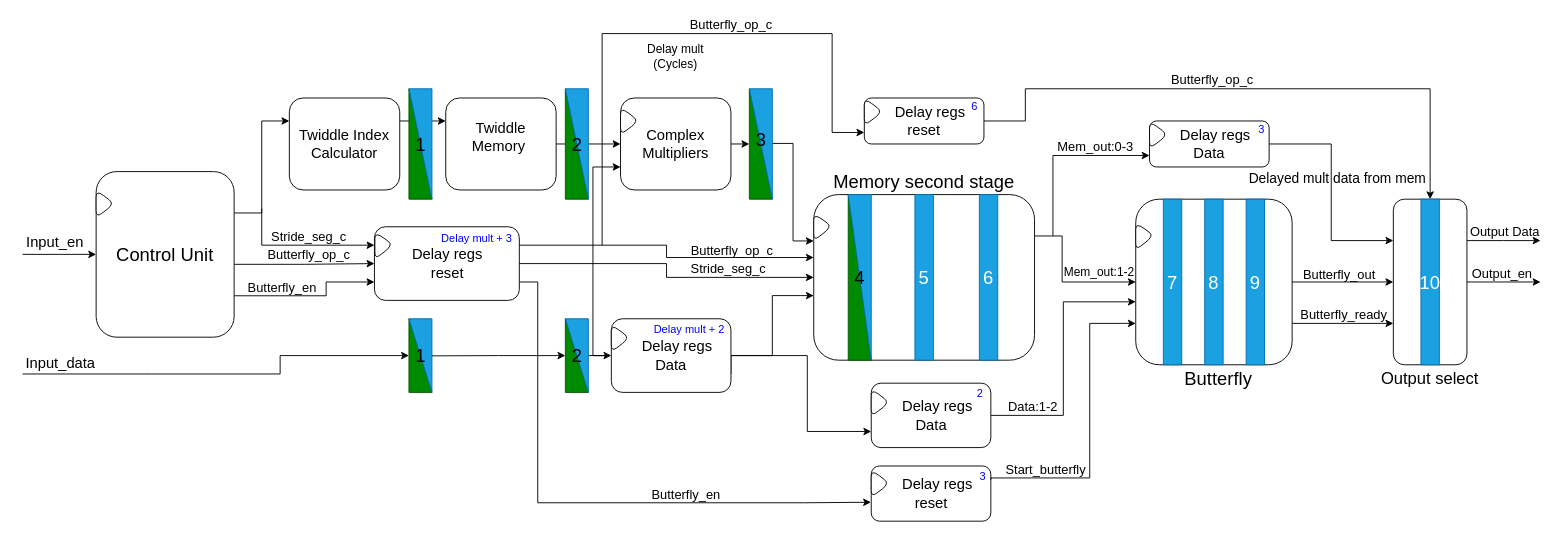
The draw.io diagram Plots_draw/Split_radix_draws/second_stage.drawio in Chzerdalis/FFT_hardware_accelarator, before the edit. Source tidied: cells renumbered, new cells numbered last; positions are measured from the earlier drawing's top-left corner, leaving out a move shared by most shapes. Both pictures are drawn from the tidied source at 92%, with x=0, y=0 at pixel (22, 23).
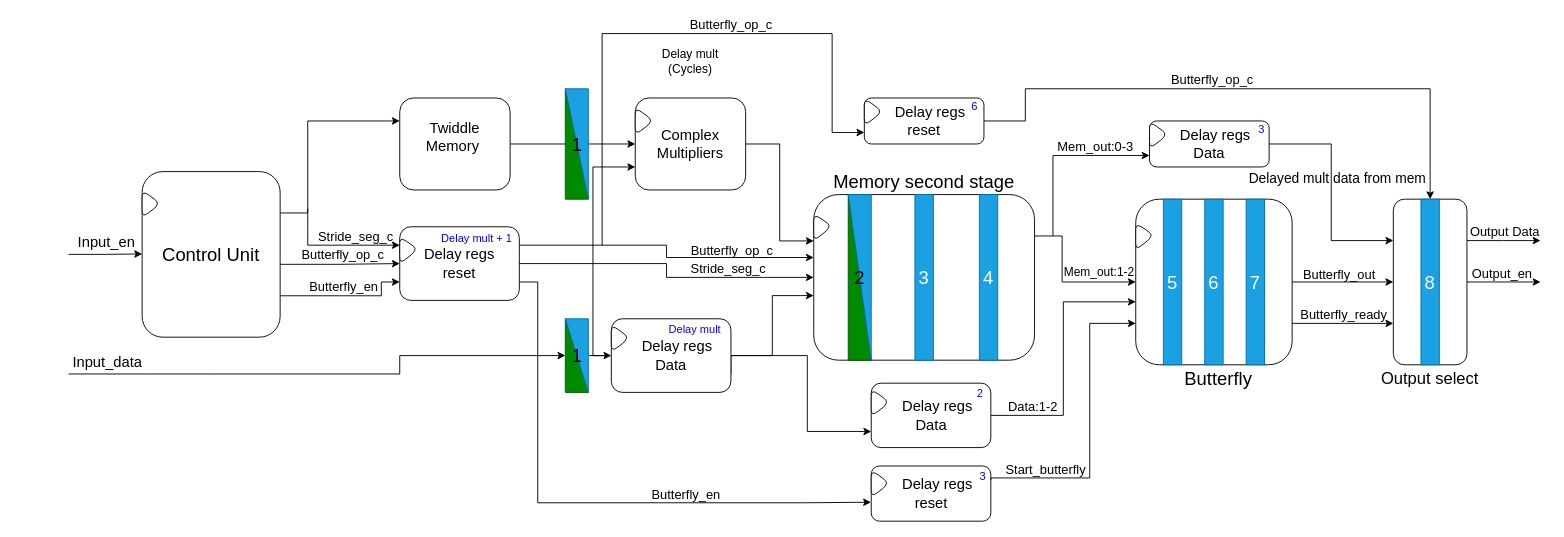
Above is the later version.

Unchanged cells that the change refers to:
```xml
<mxCell id="5" style="edgeStyle=orthogonalEdgeStyle;rounded=0;jettySize=auto;html=1;exitX=1;exitY=0.56;exitDx=0;exitDy=0;exitPerimeter=0;entryX=0;entryY=0.5;entryDx=0;entryDy=0;labelBackgroundColor=none;" parent="1" edge="1" source="9" target="49">
  <mxGeometry relative="1" as="geometry" />
</mxCell>
<mxCell id="20" style="group;" parent="1" vertex="1">
  <mxGeometry x="590" y="71" width="42.5" height="120" as="geometry" />
</mxCell>
<mxCell id="33" style="rounded=1;whiteSpace=wrap;html=1;points=[[0,0,0,0,0],[0,0.14,0,0,0],[0,0.28,0,0,0],[0,0.38,0,0,0],[0,0.5,0,0,0],[0,0.61,0,0,0],[0,0.71,0,0,0],[0,0.81,0,0,0],[0,1,0,0,0],[0.25,0,0,0,0],[0.25,1,0,0,0],[0.5,0,0,0,0],[0.5,1,0,0,0],[0.75,0,0,0,0],[0.75,1,0,0,0],[1,0,0,0,0],[1,0.25,0,0,0],[1,0.5,0,0,0],[1,0.75,0,0,0],[1,1,0,0,0]];labelBackgroundColor=none;" parent="1" vertex="1">
  <mxGeometry x="860" y="186" width="240" height="180" as="geometry" />
</mxCell>
<mxCell id="56" style="group;labelBackgroundColor=none;" parent="1" vertex="1">
  <mxGeometry x="590" y="321" width="42.5" height="80" as="geometry" />
</mxCell>
<mxCell id="57" style="verticalLabelPosition=bottom;verticalAlign=top;html=1;shape=mxgraph.basic.orthogonal_triangle;fillColor=#008a00;fontColor=#ffffff;strokeColor=#005700;points=[[0,0,0,0,0],[0,0.5,0,0,0],[0,1,0,0,0],[0.5,0.5,0,0,0],[1,1,0,0,0]];labelBackgroundColor=none;" parent="56" vertex="1">
  <mxGeometry width="25" height="80" as="geometry" />
</mxCell>
```

Diff of the diagram source:
```diff
@@
-    <mxCell id="2" style="edgeStyle=orthogonalEdgeStyle;rounded=0;jettySize=auto;html=1;exitX=0;exitY=0.5;exitDx=0;exitDy=0;exitPerimeter=0;startArrow=classic;startFill=1;endArrow=none;endFill=0;" parent="1" edge="1" source="9">
+    <mxCell id="2" style="edgeStyle=orthogonalEdgeStyle;rounded=0;orthogonalLoop=1;jettySize=auto;html=1;exitX=0;exitY=0.5;exitDx=0;exitDy=0;exitPerimeter=0;startArrow=classic;startFill=1;endArrow=none;endFill=0;" parent="1" edge="1">
       <mxGeometry relative="1" as="geometry">
-        <mxPoint y="251" as="targetPoint" />
+        <mxPoint x="130" y="250.5" as="sourcePoint" />
+        <mxPoint x="50" y="251" as="targetPoint" />
       </mxGeometry>
     </mxCell>
     <mxCell id="3" value="&lt;font style=&quot;font-size: 16px;&quot;&gt;Input_en&lt;/font&gt;" style="edgeLabel;html=1;align=center;verticalAlign=middle;labelBackgroundColor=none;" parent="2" vertex="1">
       <mxGeometry x="0.15" y="-1" relative="1" as="geometry">
-        <mxPoint y="-14" as="offset" />
+        <mxPoint x="6" y="-14" as="offset" />
       </mxGeometry>
     </mxCell>
-    <mxCell id="4" style="edgeStyle=orthogonalEdgeStyle;rounded=0;jettySize=auto;html=1;exitX=1;exitY=0.25;exitDx=0;exitDy=0;exitPerimeter=0;entryX=0;entryY=0.25;entryDx=0;entryDy=0;" parent="1" edge="1" source="9" target="13">
-      <mxGeometry relative="1" as="geometry" />
+    <mxCell id="4" style="edgeStyle=orthogonalEdgeStyle;rounded=0;jettySize=auto;html=1;exitX=1;exitY=0.25;exitDx=0;exitDy=0;exitPerimeter=0;entryX=0;entryY=0.25;entryDx=0;entryDy=0;" parent="1" edge="1" source="9" target="19">
+      <mxGeometry relative="1" as="geometry">
+        <Array as="points">
+          <mxPoint x="310" y="206" />
+          <mxPoint x="310" y="106" />
+        </Array>
+      </mxGeometry>
     </mxCell>
@@
     <mxCell id="6" value="&lt;font style=&quot;font-size: 14px;&quot;&gt;Butterfly_op_c&lt;/font&gt;" style="edgeLabel;html=1;align=center;verticalAlign=middle;labelBackgroundColor=none;" parent="5" vertex="1">
       <mxGeometry x="-0.2" relative="1" as="geometry">
-        <mxPoint x="19" y="-11" as="offset" />
+        <mxPoint x="15" y="-11" as="offset" />
       </mxGeometry>
     </mxCell>
-    <mxCell id="7" style="edgeStyle=orthogonalEdgeStyle;rounded=0;jettySize=auto;html=1;exitX=1;exitY=0.75;exitDx=0;exitDy=0;exitPerimeter=0;entryX=0;entryY=0.75;entryDx=0;entryDy=0;labelBackgroundColor=none;" parent="1" edge="1" source="9" target="49">
+    <mxCell id="7" style="edgeStyle=orthogonalEdgeStyle;rounded=0;jettySize=auto;html=1;exitX=1;exitY=0.75;exitDx=0;exitDy=0;exitPerimeter=0;entryX=0;entryY=0.75;entryDx=0;entryDy=0;labelBackgroundColor=none;" parent="1" edge="1" source="9">
       <mxGeometry relative="1" as="geometry">
+        <mxPoint x="410" y="281" as="targetPoint" />
         <Array as="points">
-          <mxPoint x="330" y="296" />
-          <mxPoint x="330" y="281" />
+          <mxPoint x="390" y="296" />
+          <mxPoint x="390" y="281" />
         </Array>
       </mxGeometry>
     </mxCell>
     <mxCell id="8" value="&lt;font style=&quot;font-size: 14px;&quot;&gt;Butterfly_en&lt;/font&gt;" style="edgeLabel;html=1;align=center;verticalAlign=middle;labelBackgroundColor=none;" parent="7" vertex="1">
       <mxGeometry x="-0.29" y="3" relative="1" as="geometry">
-        <mxPoint x="-8" y="-7" as="offset" />
+        <mxPoint x="17" y="-8" as="offset" />
       </mxGeometry>
     </mxCell>
     <mxCell id="9" value="&lt;font style=&quot;font-size: 20px;&quot;&gt;Control Unit&lt;/font&gt;" style="rounded=1;whiteSpace=wrap;html=1;points=[[0,0,0,0,0],[0,0.25,0,0,0],[0,0.5,0,0,0],[0,0.75,0,0,0],[0,1,0,0,0],[0.25,0,0,0,0],[0.25,1,0,0,0],[0.5,0,0,0,0],[0.5,1,0,0,0],[0.75,0,0,0,0],[0.75,1,0,0,0],[1,0,0,0,0],[1,0.25,0,0,0],[1,0.37,0,0,0],[1,0.56,0,0,0],[1,0.75,0,0,0],[1,1,0,0,0]];" parent="1" vertex="1">
-      <mxGeometry x="80" y="161" width="150" height="180" as="geometry" />
+      <mxGeometry x="130" y="161" width="150" height="180" as="geometry" />
     </mxCell>
     <mxCell id="10" style="triangle;whiteSpace=wrap;html=1;rounded=1;" parent="1" vertex="1">
-      <mxGeometry x="80" y="181" width="20" height="30" as="geometry" />
+      <mxGeometry x="130" y="181" width="20" height="30" as="geometry" />
     </mxCell>
     <mxCell id="11" value="&lt;font style=&quot;font-size: 16px;&quot;&gt;Input_data&lt;/font&gt;" style="edgeLabel;html=1;align=center;verticalAlign=middle;labelBackgroundColor=none;" parent="1" vertex="1">
-      <mxGeometry x="40" y="368" as="geometry" />
+      <mxGeometry x="91" y="367" as="geometry" />
     </mxCell>
-    <mxCell id="12" style="edgeStyle=orthogonalEdgeStyle;rounded=0;jettySize=auto;html=1;exitX=1;exitY=0.25;exitDx=0;exitDy=0;entryX=0;entryY=0.25;entryDx=0;entryDy=0;" parent="1" edge="1" source="13" target="19">
-      <mxGeometry relative="1" as="geometry" />
-    </mxCell>
-    <mxCell id="13" value="&lt;font style=&quot;font-size: 16px;&quot;&gt;Twiddle Index&lt;/font&gt;&lt;div&gt;&lt;font style=&quot;font-size: 16px;&quot;&gt;Calculator&lt;/font&gt;&lt;/div&gt;" style="rounded=1;whiteSpace=wrap;html=1;" parent="1" vertex="1">
-      <mxGeometry x="290" y="81" width="120" height="100" as="geometry" />
-    </mxCell>
-    <mxCell id="14" style="group;" parent="1" vertex="1">
-      <mxGeometry x="420" y="71" width="42.5" height="120" as="geometry" />
-    </mxCell>
-    <mxCell id="15" style="verticalLabelPosition=bottom;verticalAlign=top;html=1;shape=mxgraph.basic.orthogonal_triangle;fillColor=#008a00;fontColor=#ffffff;strokeColor=#005700;" parent="14" vertex="1">
-      <mxGeometry width="25" height="120" as="geometry" />
-    </mxCell>
-    <mxCell id="16" style="verticalLabelPosition=bottom;verticalAlign=top;html=1;shape=mxgraph.basic.orthogonal_triangle;rotation=-180;fillColor=#1ba1e2;fontColor=#ffffff;strokeColor=#006EAF;" parent="14" vertex="1">
-      <mxGeometry width="25" height="120" as="geometry" />
-    </mxCell>
-    <mxCell id="17" value="&lt;font style=&quot;font-size: 20px;&quot;&gt;1&lt;/font&gt;" style="text;html=1;whiteSpace=wrap;strokeColor=none;fillColor=none;align=center;verticalAlign=middle;rounded=0;" parent="14" vertex="1">
-      <mxGeometry x="-17.5" y="45" width="60" height="30" as="geometry" />
-    </mxCell>
@@
     <mxCell id="19" value="&lt;font style=&quot;font-size: 16px;&quot;&gt;Twiddle Memory&amp;nbsp;&lt;/font&gt;&lt;div&gt;&lt;br&gt;&lt;/div&gt;" style="rounded=1;whiteSpace=wrap;html=1;" parent="1" vertex="1">
-      <mxGeometry x="460" y="81" width="120" height="100" as="geometry" />
+      <mxGeometry x="410" y="81" width="120" height="100" as="geometry" />
     </mxCell>
@@
-    <mxCell id="23" value="&lt;font style=&quot;font-size: 20px;&quot;&gt;2&lt;/font&gt;" style="text;html=1;whiteSpace=wrap;strokeColor=none;fillColor=none;align=center;verticalAlign=middle;rounded=0;" parent="20" vertex="1">
+    <mxCell id="23" value="&lt;font style=&quot;font-size: 20px;&quot;&gt;1&lt;/font&gt;" style="text;html=1;whiteSpace=wrap;strokeColor=none;fillColor=none;align=center;verticalAlign=middle;rounded=0;" parent="20" vertex="1">
       <mxGeometry x="-6.2" y="45" width="37.5" height="30" as="geometry" />
     </mxCell>
@@
-    <mxCell id="25" style="edgeStyle=orthogonalEdgeStyle;rounded=0;jettySize=auto;html=1;exitX=1;exitY=0.5;exitDx=0;exitDy=0;" parent="1" edge="1" source="26">
-      <mxGeometry relative="1" as="geometry">
-        <mxPoint x="790" y="131.1" as="targetPoint" />
-      </mxGeometry>
-    </mxCell>
     <mxCell id="26" value="&lt;div&gt;&lt;span style=&quot;font-size: 16px;&quot;&gt;Complex&lt;/span&gt;&lt;/div&gt;&lt;div&gt;&lt;span style=&quot;font-size: 16px;&quot;&gt;Multipliers&lt;/span&gt;&lt;/div&gt;" style="rounded=1;whiteSpace=wrap;html=1;" parent="1" vertex="1">
-      <mxGeometry x="650" y="81" width="120" height="100" as="geometry" />
+      <mxGeometry x="666" y="81" width="120" height="100" as="geometry" />
     </mxCell>
-    <mxCell id="27" style="group;" parent="1" vertex="1">
-      <mxGeometry x="790" y="71" width="42.5" height="120" as="geometry" />
-    </mxCell>
-    <mxCell id="28" style="verticalLabelPosition=bottom;verticalAlign=top;html=1;shape=mxgraph.basic.orthogonal_triangle;fillColor=#008a00;fontColor=#ffffff;strokeColor=#005700;" parent="27" vertex="1">
-      <mxGeometry width="25" height="120" as="geometry" />
-    </mxCell>
-    <mxCell id="29" style="verticalLabelPosition=bottom;verticalAlign=top;html=1;shape=mxgraph.basic.orthogonal_triangle;rotation=-180;fillColor=#1ba1e2;fontColor=#ffffff;strokeColor=#006EAF;" parent="27" vertex="1">
-      <mxGeometry width="25" height="120" as="geometry" />
-    </mxCell>
-    <mxCell id="30" value="&lt;font style=&quot;font-size: 20px;&quot;&gt;3&lt;/font&gt;" style="text;html=1;whiteSpace=wrap;strokeColor=none;fillColor=none;align=center;verticalAlign=middle;rounded=0;" parent="27" vertex="1">
-      <mxGeometry x="-17.5" y="40" width="60" height="30" as="geometry" />
-    </mxCell>
@@
-    <mxCell id="35" value="&lt;font style=&quot;font-size: 20px;&quot;&gt;5&lt;/font&gt;" style="rounded=0;whiteSpace=wrap;html=1;fillColor=#1ba1e2;fontColor=#ffffff;strokeColor=#006EAF;labelBackgroundColor=none;" parent="1" vertex="1">
+    <mxCell id="35" value="&lt;font style=&quot;font-size: 20px;&quot;&gt;3&lt;/font&gt;" style="rounded=0;whiteSpace=wrap;html=1;fillColor=#1ba1e2;fontColor=#ffffff;strokeColor=#006EAF;labelBackgroundColor=none;" parent="1" vertex="1">
       <mxGeometry x="970" y="186" width="20" height="180" as="geometry" />
     </mxCell>
-    <mxCell id="36" value="&lt;font style=&quot;font-size: 20px;&quot;&gt;6&lt;/font&gt;" style="rounded=0;whiteSpace=wrap;html=1;fillColor=#1ba1e2;fontColor=#ffffff;strokeColor=#006EAF;labelBackgroundColor=none;" parent="1" vertex="1">
+    <mxCell id="36" value="&lt;font style=&quot;font-size: 20px;&quot;&gt;4&lt;/font&gt;" style="rounded=0;whiteSpace=wrap;html=1;fillColor=#1ba1e2;fontColor=#ffffff;strokeColor=#006EAF;labelBackgroundColor=none;" parent="1" vertex="1">
       <mxGeometry x="1040" y="186" width="20" height="180" as="geometry" />
     </mxCell>
@@
-    <mxCell id="40" value="&lt;font style=&quot;font-size: 20px;&quot;&gt;4&lt;/font&gt;" style="text;html=1;whiteSpace=wrap;strokeColor=none;fillColor=none;align=center;verticalAlign=middle;rounded=0;labelBackgroundColor=none;" parent="1" vertex="1">
+    <mxCell id="40" value="&lt;font style=&quot;font-size: 20px;&quot;&gt;2&lt;/font&gt;" style="text;html=1;whiteSpace=wrap;strokeColor=none;fillColor=none;align=center;verticalAlign=middle;rounded=0;labelBackgroundColor=none;" parent="1" vertex="1">
       <mxGeometry x="880" y="261" width="60" height="30" as="geometry" />
     </mxCell>
     <mxCell id="41" style="triangle;whiteSpace=wrap;html=1;rounded=1;" parent="1" vertex="1">
-      <mxGeometry x="650" y="91" width="20" height="30" as="geometry" />
+      <mxGeometry x="666" y="91" width="20" height="30" as="geometry" />
     </mxCell>
     <mxCell id="42" style="endArrow=classic;html=1;rounded=0;endFill=1;entryX=0;entryY=0.25;entryDx=0;entryDy=0;labelBackgroundColor=none;" parent="1" edge="1" target="49">
       <mxGeometry relative="1" as="geometry">
-        <mxPoint x="260" y="201" as="sourcePoint" />
+        <mxPoint x="310" y="201" as="sourcePoint" />
         <Array as="points">
-          <mxPoint x="260" y="241" />
+          <mxPoint x="310" y="221" />
+          <mxPoint x="310" y="241" />
         </Array>
       </mxGeometry>
     </mxCell>
     <mxCell id="43" value="&lt;font style=&quot;font-size: 14px;&quot;&gt;Stride_seg_c&lt;/font&gt;" style="edgeLabel;html=1;align=center;verticalAlign=middle;labelBackgroundColor=none;" parent="42" vertex="1">
       <mxGeometry x="0.13" y="3" relative="1" as="geometry">
-        <mxPoint x="-2" y="-7" as="offset" />
+        <mxPoint x="12" y="-7" as="offset" />
       </mxGeometry>
     </mxCell>
-    <mxCell id="44" style="endArrow=classic;html=1;rounded=0;entryX=0;entryY=0.5;entryDx=0;entryDy=0;endFill=1;entryPerimeter=0;" parent="1" edge="1" target="53">
+    <mxCell id="44" style="endArrow=classic;html=1;rounded=0;endFill=1;entryX=0.292;entryY=0.5;entryDx=0;entryDy=0;entryPerimeter=0;" parent="1" edge="1" target="59">
       <mxGeometry relative="1" as="geometry">
-        <mxPoint y="381" as="sourcePoint" />
+        <mxPoint x="50" y="381" as="sourcePoint" />
         <Array as="points">
           <mxPoint x="140" y="381" />
           <mxPoint x="210" y="381" />
-          <mxPoint x="280" y="381" />
-          <mxPoint x="280" y="361" />
+          <mxPoint x="410" y="381" />
+          <mxPoint x="410" y="361" />
         </Array>
       </mxGeometry>
     </mxCell>
@@
     <mxCell id="49" value="&lt;div&gt;&lt;span style=&quot;font-size: 16px;&quot;&gt;Delay regs&lt;/span&gt;&lt;/div&gt;&lt;div&gt;&lt;span style=&quot;font-size: 16px;&quot;&gt;reset&lt;/span&gt;&lt;/div&gt;" style="rounded=1;whiteSpace=wrap;html=1;labelBackgroundColor=none;" parent="1" vertex="1">
-      <mxGeometry x="382.5" y="221" width="157.5" height="80" as="geometry" />
+      <mxGeometry x="410" y="221" width="130" height="80" as="geometry" />
     </mxCell>
     <mxCell id="50" style="triangle;whiteSpace=wrap;html=1;rounded=1;arcSize=50;labelBackgroundColor=none;" parent="1" vertex="1">
-      <mxGeometry x="383" y="226" width="20" height="30" as="geometry" />
+      <mxGeometry x="410" y="231" width="20" height="30" as="geometry" />
     </mxCell>
@@
-    <mxCell id="52" style="group;labelBackgroundColor=none;" parent="1" vertex="1">
-      <mxGeometry x="420" y="321" width="42.5" height="80" as="geometry" />
-    </mxCell>
-    <mxCell id="53" style="verticalLabelPosition=bottom;verticalAlign=top;html=1;shape=mxgraph.basic.orthogonal_triangle;fillColor=#008a00;fontColor=#ffffff;strokeColor=#005700;points=[[0,0,0,0,0],[0,0.5,0,0,0],[0,1,0,0,0],[0.5,0.5,0,0,0],[1,1,0,0,0]];labelBackgroundColor=none;" parent="52" vertex="1">
-      <mxGeometry width="25" height="80" as="geometry" />
-    </mxCell>
-    <mxCell id="54" style="verticalLabelPosition=bottom;verticalAlign=top;html=1;shape=mxgraph.basic.orthogonal_triangle;rotation=-180;fillColor=#1ba1e2;fontColor=#ffffff;strokeColor=#006EAF;points=[[0,0,0,0,0],[0,1,0,0,0],[0.5,0.5,0,0,0],[1,0.5,0,0,0],[1,1,0,0,0]];labelBackgroundColor=none;" parent="52" vertex="1">
-      <mxGeometry width="25" height="80" as="geometry" />
-    </mxCell>
-    <mxCell id="55" value="&lt;font style=&quot;font-size: 20px;&quot;&gt;1&lt;/font&gt;" style="text;html=1;whiteSpace=wrap;strokeColor=none;fillColor=none;align=center;verticalAlign=middle;rounded=0;labelBackgroundColor=none;" parent="52" vertex="1">
-      <mxGeometry x="-17.5" y="25" width="60" height="30" as="geometry" />
-    </mxCell>
@@
-    <mxCell id="59" value="&lt;font style=&quot;font-size: 20px;&quot;&gt;2&lt;/font&gt;" style="text;html=1;whiteSpace=wrap;strokeColor=none;fillColor=none;align=center;verticalAlign=middle;rounded=0;labelBackgroundColor=none;" parent="56" vertex="1">
+    <mxCell id="59" value="&lt;font style=&quot;font-size: 20px;&quot;&gt;1&lt;/font&gt;" style="text;html=1;whiteSpace=wrap;strokeColor=none;fillColor=none;align=center;verticalAlign=middle;rounded=0;labelBackgroundColor=none;" parent="56" vertex="1">
       <mxGeometry x="-17.5" y="25" width="60" height="30" as="geometry" />
     </mxCell>
-    <mxCell id="60" style="edgeStyle=orthogonalEdgeStyle;rounded=0;jettySize=auto;html=1;exitX=0;exitY=0.5;exitDx=0;exitDy=0;exitPerimeter=0;entryX=-0.001;entryY=0.496;entryDx=0;entryDy=0;entryPerimeter=0;endArrow=none;endFill=0;startArrow=classic;startFill=1;labelBackgroundColor=none;" parent="1" edge="1" source="57" target="54">
-      <mxGeometry relative="1" as="geometry" />
-    </mxCell>
-    <mxCell id="61" style="edgeStyle=orthogonalEdgeStyle;rounded=0;jettySize=auto;html=1;exitX=0;exitY=0.28;exitDx=0;exitDy=0;exitPerimeter=0;entryX=-0.004;entryY=0.505;entryDx=0;entryDy=0;entryPerimeter=0;endArrow=none;endFill=0;startArrow=classic;startFill=1;" parent="1" edge="1" source="33" target="29">
+    <mxCell id="61" style="edgeStyle=orthogonalEdgeStyle;rounded=0;jettySize=auto;html=1;exitX=0;exitY=0.28;exitDx=0;exitDy=0;exitPerimeter=0;entryX=1;entryY=0.5;entryDx=0;entryDy=0;endArrow=none;endFill=0;startArrow=classic;startFill=1;" parent="1" edge="1" source="33" target="26">
       <mxGeometry relative="1" as="geometry" />
     </mxCell>
@@
-    <mxCell id="75" value="&lt;font style=&quot;font-size: 20px;&quot;&gt;7&lt;/font&gt;" style="rounded=0;whiteSpace=wrap;html=1;fillColor=#1ba1e2;fontColor=#ffffff;strokeColor=#006EAF;labelBackgroundColor=none;" parent="1" vertex="1">
+    <mxCell id="75" value="&lt;font style=&quot;font-size: 20px;&quot;&gt;5&lt;/font&gt;" style="rounded=0;whiteSpace=wrap;html=1;fillColor=#1ba1e2;fontColor=#ffffff;strokeColor=#006EAF;labelBackgroundColor=none;" parent="1" vertex="1">
       <mxGeometry x="1240" y="191" width="20" height="180" as="geometry" />
     </mxCell>
-    <mxCell id="76" value="&lt;font style=&quot;font-size: 20px;&quot;&gt;9&lt;/font&gt;" style="rounded=0;whiteSpace=wrap;html=1;fillColor=#1ba1e2;fontColor=#ffffff;strokeColor=#006EAF;labelBackgroundColor=none;" parent="1" vertex="1">
+    <mxCell id="76" value="&lt;font style=&quot;font-size: 20px;&quot;&gt;7&lt;/font&gt;" style="rounded=0;whiteSpace=wrap;html=1;fillColor=#1ba1e2;fontColor=#ffffff;strokeColor=#006EAF;labelBackgroundColor=none;" parent="1" vertex="1">
       <mxGeometry x="1330" y="191" width="20" height="180" as="geometry" />
     </mxCell>
@@
-    <mxCell id="100" value="&lt;font style=&quot;font-size: 20px;&quot;&gt;10&lt;/font&gt;" style="rounded=0;whiteSpace=wrap;html=1;fillColor=#1ba1e2;fontColor=#ffffff;strokeColor=#006EAF;" parent="1" vertex="1">
+    <mxCell id="100" value="&lt;font style=&quot;font-size: 20px;&quot;&gt;8&lt;/font&gt;" style="rounded=0;whiteSpace=wrap;html=1;fillColor=#1ba1e2;fontColor=#ffffff;strokeColor=#006EAF;" parent="1" vertex="1">
       <mxGeometry x="1520" y="191" width="20" height="180" as="geometry" />
     </mxCell>
@@
-    <mxCell id="102" value="&lt;font style=&quot;font-size: 20px;&quot;&gt;8&lt;/font&gt;" style="rounded=0;whiteSpace=wrap;html=1;fillColor=#1ba1e2;fontColor=#ffffff;strokeColor=#006EAF;labelBackgroundColor=none;" parent="1" vertex="1">
+    <mxCell id="102" value="&lt;font style=&quot;font-size: 20px;&quot;&gt;6&lt;/font&gt;" style="rounded=0;whiteSpace=wrap;html=1;fillColor=#1ba1e2;fontColor=#ffffff;strokeColor=#006EAF;labelBackgroundColor=none;" parent="1" vertex="1">
       <mxGeometry x="1285" y="191" width="20" height="180" as="geometry" />
     </mxCell>
@@
     <mxCell id="104" style="verticalLabelPosition=bottom;shadow=0;dashed=0;align=center;html=1;verticalAlign=top;strokeWidth=1;shape=mxgraph.mockup.markup.curlyBrace;whiteSpace=wrap;strokeColor=#FFFFFF;" parent="1" vertex="1">
-      <mxGeometry x="660" y="51" width="100" height="20" as="geometry" />
+      <mxGeometry x="676" y="56" width="100" height="20" as="geometry" />
     </mxCell>
     <mxCell id="105" value="&lt;font style=&quot;font-size: 13px;&quot;&gt;Delay mult&lt;/font&gt;&lt;div&gt;&lt;font style=&quot;font-size: 13px;&quot;&gt;(Cycles)&lt;/font&gt;&lt;/div&gt;" style="text;html=1;whiteSpace=wrap;strokeColor=none;fillColor=none;align=center;verticalAlign=middle;rounded=0;" parent="1" vertex="1">
-      <mxGeometry x="660" y="21" width="100" height="30" as="geometry" />
+      <mxGeometry x="676" y="26" width="100" height="30" as="geometry" />
     </mxCell>
-    <mxCell id="106" value="&lt;span style=&quot;&quot;&gt;Delay mult + 3&lt;/span&gt;" style="text;html=1;whiteSpace=wrap;strokeColor=none;fillColor=none;align=center;verticalAlign=middle;rounded=0;labelBackgroundColor=none;fontColor=#0000FF;" parent="1" vertex="1">
+    <mxCell id="106" value="&lt;span style=&quot;&quot;&gt;Delay mult + 1&lt;/span&gt;" style="text;html=1;whiteSpace=wrap;strokeColor=none;fillColor=none;align=center;verticalAlign=middle;rounded=0;labelBackgroundColor=none;fontColor=#0000FF;" parent="1" vertex="1">
       <mxGeometry x="439" y="219" width="110" height="30" as="geometry" />
     </mxCell>
-    <mxCell id="107" value="&lt;span style=&quot;&quot;&gt;Delay mult + 2&lt;/span&gt;" style="text;html=1;whiteSpace=wrap;strokeColor=none;fillColor=none;align=center;verticalAlign=middle;rounded=0;labelBackgroundColor=none;fontColor=#0000FF;" parent="1" vertex="1">
-      <mxGeometry x="670" y="318" width="110" height="30" as="geometry" />
+    <mxCell id="107" value="&lt;span style=&quot;&quot;&gt;Delay mult&lt;/span&gt;" style="text;html=1;whiteSpace=wrap;strokeColor=none;fillColor=none;align=center;verticalAlign=middle;rounded=0;labelBackgroundColor=none;fontColor=#0000FF;" parent="1" vertex="1">
+      <mxGeometry x="676" y="318" width="110" height="30" as="geometry" />
     </mxCell>
```
